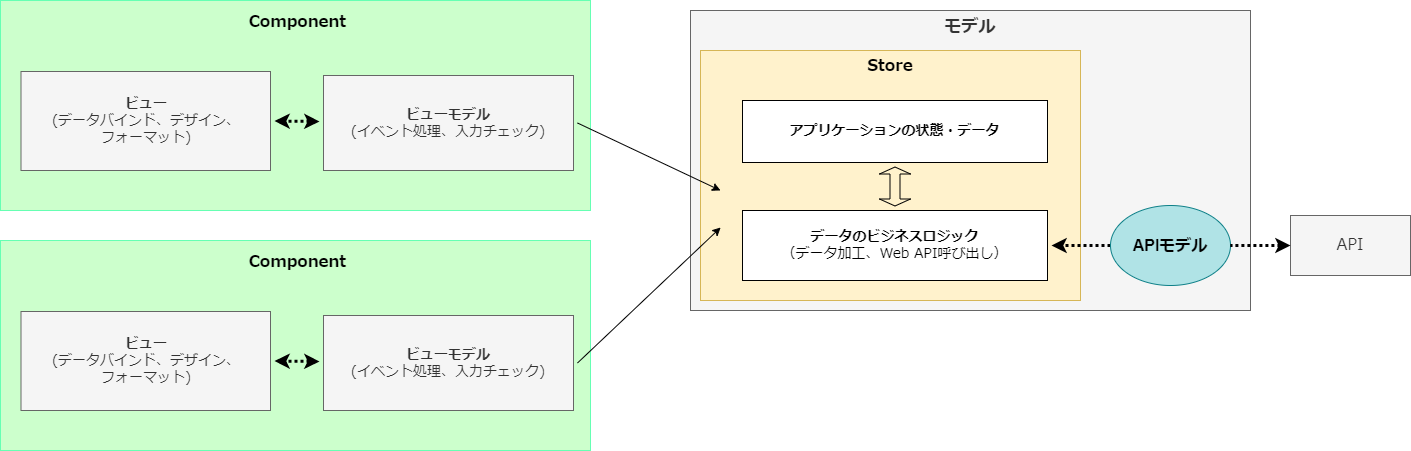
The draw.io diagram documents/contents/images/app-architecture/client-side-rendering/model-component-light.png in AlesInfiny/maris, before a commit. Source tidied: cells renumbered, new cells last; positions are measured from the earlier drawing's top-left corner, leaving out a move shared by most shapes.
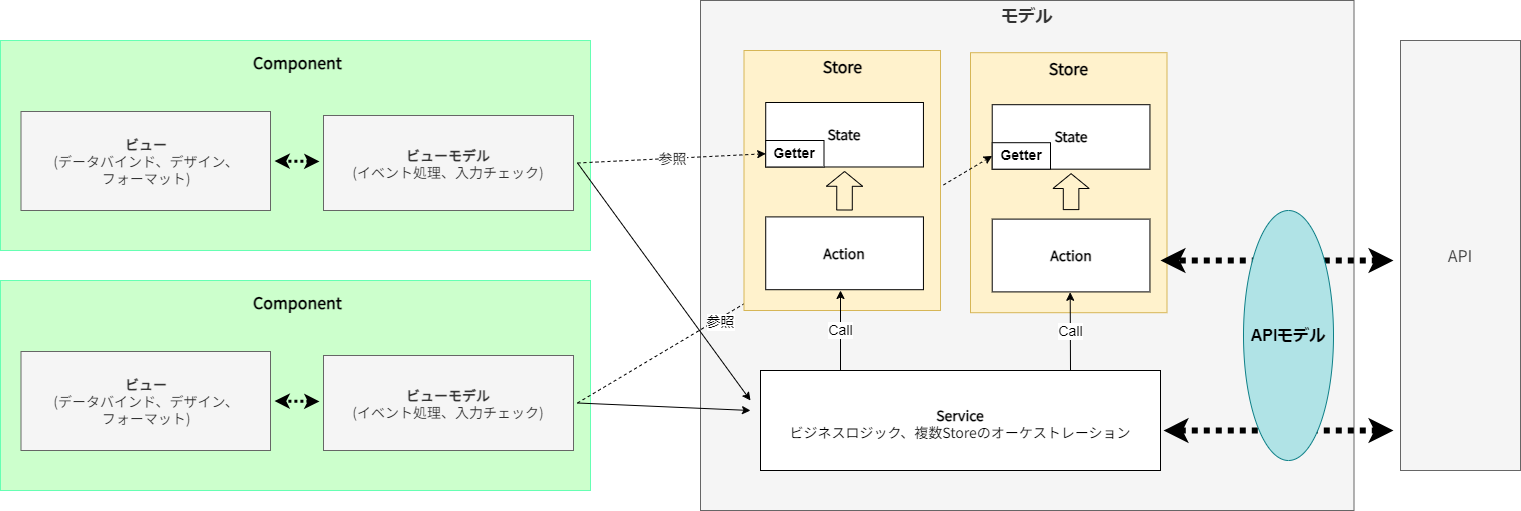
The same file after the commit.

Commit message:
線が隠れている部分を修正

What changed in the source:
```diff
@@ -2,64 +2,123 @@
   <root>
     <mxCell id="0" />
     <mxCell id="1" parent="0" />
+    <mxCell id="21" value="Component" style="rounded=0;whiteSpace=wrap;html=1;align=center;spacingLeft=5;fillColor=#CCFFCC;fontColor=#000000;strokeColor=#66FFB3;verticalAlign=top;fontSize=16;fontFamily=Noto Sans JP;fontSource=https%3A%2F%2Ffonts.googleapis.com%2Fcss%3Ffamily%3DNoto%2BSans%2BJP;fontStyle=1;spacingTop=6;" parent="1" vertex="1">
+      <mxGeometry x="-20" y="210" width="590" height="210" as="geometry" />
+    </mxCell>
     <mxCell id="2" value="モデル" style="rounded=0;whiteSpace=wrap;html=1;fillColor=#f5f5f5;fontColor=#333333;strokeColor=#666666;fontStyle=1;verticalAlign=top;fontSize=17;" parent="1" vertex="1">
-      <mxGeometry x="690" y="10" width="560" height="300" as="geometry" />
+      <mxGeometry x="680" y="-70" width="653.5" height="510" as="geometry" />
     </mxCell>
-    <mxCell id="3" value="&lt;b&gt;Store&lt;/b&gt;" style="rounded=0;whiteSpace=wrap;html=1;fontSize=16;verticalAlign=top;fillColor=#fff2cc;strokeColor=#d6b656;fontFamily=Noto Sans JP;fontSource=https%3A%2F%2Ffonts.googleapis.com%2Fcss%3Ffamily%3DNoto%2BSans%2BJP;" parent="1" vertex="1">
-      <mxGeometry x="700" y="50" width="380" height="250" as="geometry" />
-    </mxCell>
-    <mxCell id="4" style="endArrow=classic;html=1;fontSize=14;fontFamily=Noto Sans JP;fontSource=https%3A%2F%2Ffonts.googleapis.com%2Fcss%3Ffamily%3DNoto%2BSans%2BJP;exitX=0;exitY=0.5;exitDx=0;exitDy=0;startArrow=none;startFill=1;dashed=1;strokeWidth=3;dashPattern=1 1;" parent="1" edge="1" source="19" target="7">
-      <mxGeometry relative="1" as="geometry" />
-    </mxCell>
+    <mxCell id="22" value="Service&lt;br style=&quot;border-color: var(--border-color);&quot;&gt;&lt;span style=&quot;border-color: var(--border-color); font-weight: normal;&quot;&gt;ビジネスロジック、複数Storeのオーケストレーション&lt;/span&gt;&lt;span style=&quot;font-weight: normal&quot;&gt;&lt;br&gt;&lt;/span&gt;" style="rounded=0;whiteSpace=wrap;html=1;fontSize=14;fontFamily=Noto Sans JP;fontSource=https%3A%2F%2Ffonts.googleapis.com%2Fcss%3Ffamily%3DNoto%2BSans%2BJP;perimeterSpacing=9;fontStyle=1;align=center;verticalAlign=bottom;spacingBottom=27;" parent="1" vertex="1">
+      <mxGeometry x="740" y="300" width="400" height="100" as="geometry" />
+    </mxCell>
+    <mxCell id="23" value="Component" style="rounded=0;whiteSpace=wrap;html=1;align=center;spacingLeft=5;fillColor=#CCFFCC;fontColor=#000000;strokeColor=#66FFB3;verticalAlign=top;fontSize=16;fontFamily=Noto Sans JP;fontSource=https%3A%2F%2Ffonts.googleapis.com%2Fcss%3Ffamily%3DNoto%2BSans%2BJP;fontStyle=1;spacingTop=6;" parent="1" vertex="1">
+      <mxGeometry x="-20" y="-30" width="590" height="210" as="geometry" />
+    </mxCell>
+    <mxCell id="9" value="&lt;b&gt;ビュー&lt;/b&gt;&lt;br style=&quot;font-size: 14px&quot;&gt;(データバインド、デザイン、&lt;br&gt;フォーマット)" style="rounded=0;whiteSpace=wrap;html=1;fontSize=14;fontFamily=Noto Sans JP;fontSource=https%3A%2F%2Ffonts.googleapis.com%2Fcss%3Ffamily%3DNoto%2BSans%2BJP;perimeterSpacing=4;fillColor=#f5f5f5;strokeColor=#666666;fontColor=#333333;" parent="1" vertex="1">
+      <mxGeometry x="0.5" y="41" width="249.5" height="99" as="geometry" />
+    </mxCell>
+    <mxCell id="24" value="&lt;b&gt;ビューモデル&lt;/b&gt;&lt;br style=&quot;font-size: 14px&quot;&gt;(イベント処理、入力チェック)" style="rounded=0;whiteSpace=wrap;html=1;fontSize=14;fontFamily=Noto Sans JP;fontSource=https%3A%2F%2Ffonts.googleapis.com%2Fcss%3Ffamily%3DNoto%2BSans%2BJP;perimeterSpacing=4;fillColor=#f5f5f5;fontColor=#333333;strokeColor=#666666;" parent="1" vertex="1">
+      <mxGeometry x="303" y="45" width="250" height="95" as="geometry" />
+    </mxCell>
+    <mxCell id="25" style="group;" parent="1" vertex="1">
+      <mxGeometry x="950" y="-17.8" width="196.5" height="260" as="geometry" />
+    </mxCell>
+    <mxCell id="26" value="&lt;b&gt;Store&lt;/b&gt;" style="rounded=0;whiteSpace=wrap;html=1;fontSize=16;verticalAlign=top;fillColor=#fff2cc;strokeColor=#d6b656;fontFamily=Noto Sans JP;fontSource=https%3A%2F%2Ffonts.googleapis.com%2Fcss%3Ffamily%3DNoto%2BSans%2BJP;" parent="25" vertex="1">
+      <mxGeometry width="196.5" height="260" as="geometry" />
+    </mxCell>
+    <mxCell id="27" value="&lt;span&gt;State&lt;/span&gt;&lt;span&gt;&lt;br&gt;&lt;/span&gt;" style="rounded=0;whiteSpace=wrap;html=1;fontSize=14;fontFamily=Noto Sans JP;fontSource=https%3A%2F%2Ffonts.googleapis.com%2Fcss%3Ffamily%3DNoto%2BSans%2BJP;perimeterSpacing=4;fontStyle=1;align=center;" parent="25" vertex="1">
+      <mxGeometry x="21.7" y="52" width="157.7" height="64.5" as="geometry" />
+    </mxCell>
+    <mxCell id="28" value="Action" style="rounded=0;whiteSpace=wrap;html=1;fontSize=14;fontFamily=Noto Sans JP;fontSource=https%3A%2F%2Ffonts.googleapis.com%2Fcss%3Ffamily%3DNoto%2BSans%2BJP;perimeterSpacing=9;fontStyle=1;align=center;" parent="25" vertex="1">
+      <mxGeometry x="21.7" y="166.4" width="157.7" height="72.8" as="geometry" />
+    </mxCell>
+    <mxCell id="29" value="&lt;span style=&quot;font-size: 14px;&quot;&gt;Getter&lt;/span&gt;" style="rounded=0;whiteSpace=wrap;html=1;fontStyle=1;fontSize=14;" parent="25" vertex="1">
+      <mxGeometry x="21.7" y="90" width="58.3" height="26.5" as="geometry" />
+    </mxCell>
+    <mxCell id="30" style="shape=flexArrow;endArrow=classic;startArrow=none;html=1;startSize=2;endSize=4.605555555555555;strokeWidth=1;startFill=0;width=15.555555555555555;endWidth=19.727891156462587;entryX=0.5;entryY=1;entryDx=0;entryDy=0;exitX=0.5;exitY=0;exitDx=0;exitDy=0;" parent="25" edge="1" source="28" target="27">
+      <mxGeometry relative="1" as="geometry" />
+    </mxCell>
+    <mxCell id="31" style="endArrow=classic;html=1;fontSize=14;fontFamily=Noto Sans JP;fontSource=https%3A%2F%2Ffonts.googleapis.com%2Fcss%3Ffamily%3DNoto%2BSans%2BJP;exitX=1;exitY=0.5;exitDx=0;exitDy=0;entryX=0;entryY=0.5;entryDx=0;entryDy=0;dashed=1;" parent="1" edge="1" source="34" target="29">
+      <mxGeometry relative="1" as="geometry" />
+    </mxCell>
+    <mxCell id="32" value="参照" style="edgeLabel;html=1;align=center;verticalAlign=middle;fontSize=14;" parent="31" vertex="1">
+      <mxGeometry x="-0.31" y="1" relative="1" as="geometry">
+        <mxPoint x="1" y="4" as="offset" />
+      </mxGeometry>
+    </mxCell>
+    <mxCell id="33" style="endArrow=classic;html=1;fontSize=14;fontFamily=Noto Sans JP;fontSource=https%3A%2F%2Ffonts.googleapis.com%2Fcss%3Ffamily%3DNoto%2BSans%2BJP;startArrow=classic;startFill=1;dashed=1;strokeWidth=3;dashPattern=1 1;entryX=1;entryY=0.5;entryDx=0;entryDy=0;" parent="1" edge="1" source="24" target="9">
+      <mxGeometry relative="1" as="geometry" />
+    </mxCell>
+    <mxCell id="15" value="&lt;b&gt;ビュー&lt;/b&gt;&lt;br style=&quot;font-size: 14px&quot;&gt;(データバインド、デザイン、&lt;br style=&quot;font-size: 14px&quot;&gt;フォーマット)" style="rounded=0;whiteSpace=wrap;html=1;fontSize=14;fontFamily=Noto Sans JP;fontSource=https%3A%2F%2Ffonts.googleapis.com%2Fcss%3Ffamily%3DNoto%2BSans%2BJP;perimeterSpacing=4;fillColor=#f5f5f5;fontColor=#333333;strokeColor=#666666;" parent="1" vertex="1">
+      <mxGeometry x="0.5" y="281" width="249.5" height="99" as="geometry" />
+    </mxCell>
+    <mxCell id="34" value="&lt;b&gt;ビューモデル&lt;/b&gt;&lt;br style=&quot;font-size: 14px&quot;&gt;(イベント処理、入力チェック)" style="rounded=0;whiteSpace=wrap;html=1;fontSize=14;fontFamily=Noto Sans JP;fontSource=https%3A%2F%2Ffonts.googleapis.com%2Fcss%3Ffamily%3DNoto%2BSans%2BJP;perimeterSpacing=4;fillColor=#f5f5f5;fontColor=#333333;strokeColor=#666666;" parent="1" vertex="1">
+      <mxGeometry x="303" y="285" width="250" height="95" as="geometry" />
+    </mxCell>
+    <mxCell id="35" style="endArrow=classic;html=1;fontSize=14;fontFamily=Noto Sans JP;fontSource=https%3A%2F%2Ffonts.googleapis.com%2Fcss%3Ffamily%3DNoto%2BSans%2BJP;startArrow=classic;startFill=1;dashed=1;strokeWidth=3;dashPattern=1 1;entryX=1;entryY=0.5;entryDx=0;entryDy=0;" parent="1" edge="1" source="34" target="15">
+      <mxGeometry relative="1" as="geometry" />
+    </mxCell>
+    <mxCell id="36" style="endArrow=classic;html=1;fontSize=14;fontFamily=Noto Sans JP;fontSource=https%3A%2F%2Ffonts.googleapis.com%2Fcss%3Ffamily%3DNoto%2BSans%2BJP;exitX=1;exitY=0.5;exitDx=0;exitDy=0;" parent="1" edge="1" source="34">
+      <mxGeometry relative="1" as="geometry">
+        <mxPoint x="730" y="340" as="targetPoint" />
+      </mxGeometry>
+    </mxCell>
+    <mxCell id="37" value="Call" style="endArrow=classic;html=1;fontSize=14;entryX=0.495;entryY=0.905;entryDx=0;entryDy=0;entryPerimeter=0;" parent="1" edge="1" target="28">
+      <mxGeometry relative="1" as="geometry">
+        <mxPoint x="1050" y="300" as="sourcePoint" />
+      </mxGeometry>
+    </mxCell>
+    <mxCell id="38" style="endArrow=classic;html=1;fontSize=14;fontFamily=Noto Sans JP;fontSource=https%3A%2F%2Ffonts.googleapis.com%2Fcss%3Ffamily%3DNoto%2BSans%2BJP;startArrow=classic;startFill=1;dashed=1;strokeWidth=6;dashPattern=1 1;" parent="1" edge="1">
+      <mxGeometry relative="1" as="geometry">
+        <mxPoint x="1373" y="190" as="sourcePoint" />
+        <mxPoint x="1140" y="190" as="targetPoint" />
+      </mxGeometry>
+    </mxCell>
+    <mxCell id="39" style="endArrow=classic;html=1;fontSize=14;fontFamily=Noto Sans JP;fontSource=https%3A%2F%2Ffonts.googleapis.com%2Fcss%3Ffamily%3DNoto%2BSans%2BJP;startArrow=classic;startFill=1;dashed=1;strokeWidth=6;dashPattern=1 1;" parent="1" edge="1">
+      <mxGeometry relative="1" as="geometry">
+        <mxPoint x="1373" y="360" as="sourcePoint" />
+        <mxPoint x="1143" y="360.1" as="targetPoint" />
+      </mxGeometry>
+    </mxCell>
+    <mxCell id="19" value="APIモデル" style="ellipse;whiteSpace=wrap;html=1;rounded=1;fontSize=16;fontStyle=1;fillColor=#b0e3e6;strokeColor=#0e8088;" parent="1" vertex="1">
+      <mxGeometry x="1223" y="140" width="90" height="250" as="geometry" />
+    </mxCell>
+    <mxCell id="40" style="group;" parent="1" vertex="1">
+      <mxGeometry x="723.5" y="-20" width="196.5" height="260" as="geometry" />
+    </mxCell>
+    <mxCell id="41" value="&lt;b&gt;Store&lt;/b&gt;" style="rounded=0;whiteSpace=wrap;html=1;fontSize=16;verticalAlign=top;fillColor=#fff2cc;strokeColor=#d6b656;fontFamily=Noto Sans JP;fontSource=https%3A%2F%2Ffonts.googleapis.com%2Fcss%3Ffamily%3DNoto%2BSans%2BJP;" parent="40" vertex="1">
+      <mxGeometry width="196.5" height="260" as="geometry" />
+    </mxCell>
+    <mxCell id="42" value="&lt;span&gt;State&lt;/span&gt;&lt;span&gt;&lt;br&gt;&lt;/span&gt;" style="rounded=0;whiteSpace=wrap;html=1;fontSize=14;fontFamily=Noto Sans JP;fontSource=https%3A%2F%2Ffonts.googleapis.com%2Fcss%3Ffamily%3DNoto%2BSans%2BJP;perimeterSpacing=4;fontStyle=1;align=center;" parent="40" vertex="1">
+      <mxGeometry x="21.7" y="52" width="157.7" height="64.5" as="geometry" />
+    </mxCell>
+    <mxCell id="43" value="Action" style="rounded=0;whiteSpace=wrap;html=1;fontSize=14;fontFamily=Noto Sans JP;fontSource=https%3A%2F%2Ffonts.googleapis.com%2Fcss%3Ffamily%3DNoto%2BSans%2BJP;perimeterSpacing=9;fontStyle=1;align=center;" parent="40" vertex="1">
+      <mxGeometry x="21.7" y="166.4" width="157.7" height="72.8" as="geometry" />
+    </mxCell>
+    <mxCell id="44" style="shape=flexArrow;endArrow=classic;startArrow=none;html=1;startSize=2;endSize=4.605555555555555;strokeWidth=1;entryX=0.5;entryY=1;entryDx=0;entryDy=0;startFill=0;width=15.555555555555555;endWidth=19.727891156462587;" parent="40" edge="1" target="42">
+      <mxGeometry relative="1" as="geometry">
+        <mxPoint x="100.5" y="160" as="sourcePoint" />
+      </mxGeometry>
+    </mxCell>
+    <mxCell id="45" value="&lt;span style=&quot;font-size: 14px;&quot;&gt;Getter&lt;/span&gt;" style="rounded=0;whiteSpace=wrap;html=1;fontStyle=1;fontSize=14;" parent="40" vertex="1">
+      <mxGeometry x="21.7" y="90" width="58.3" height="26.5" as="geometry" />
+    </mxCell>
+    <mxCell id="46" style="endArrow=classic;html=1;fontSize=14;fontFamily=Noto Sans JP;fontSource=https%3A%2F%2Ffonts.googleapis.com%2Fcss%3Ffamily%3DNoto%2BSans%2BJP;exitX=1;exitY=0.5;exitDx=0;exitDy=0;" parent="1" edge="1" source="24">
+      <mxGeometry relative="1" as="geometry">
+        <mxPoint x="730" y="330" as="targetPoint" />
+      </mxGeometry>
+    </mxCell>
+    <mxCell id="47" value="参照" style="endArrow=classic;html=1;fontSize=14;fontFamily=Noto Sans JP;fontSource=https%3A%2F%2Ffonts.googleapis.com%2Fcss%3Ffamily%3DNoto%2BSans%2BJP;exitX=1;exitY=0.5;exitDx=0;exitDy=0;entryX=0;entryY=0.5;entryDx=0;entryDy=0;dashed=1;" parent="1" edge="1" source="24" target="45">
+      <mxGeometry relative="1" as="geometry" />
+    </mxCell>
+    <mxCell id="48" value="Call" style="endArrow=classic;html=1;fontSize=14;" parent="1" edge="1">
+      <mxGeometry relative="1" as="geometry">
+        <mxPoint x="820" y="300" as="sourcePoint" />
+        <mxPoint x="820" y="220" as="targetPoint" />
+      </mxGeometry>
+    </mxCell>
     <mxCell id="5" value="API" style="rounded=0;whiteSpace=wrap;html=1;fontSize=16;fillColor=#f5f5f5;strokeColor=#666666;fontFamily=Noto Sans JP;fontSource=https%3A%2F%2Ffonts.googleapis.com%2Fcss%3Ffamily%3DNoto%2BSans%2BJP;fontColor=#333333;" parent="1" vertex="1">
-      <mxGeometry x="1290" y="215" width="120" height="60" as="geometry" />
+      <mxGeometry x="1380" y="-30" width="120" height="430" as="geometry" />
     </mxCell>
-    <mxCell id="6" value="&lt;span&gt;アプリケーションの状態・データ&lt;/span&gt;&lt;span&gt;&lt;br&gt;&lt;/span&gt;" style="rounded=0;whiteSpace=wrap;html=1;fontSize=14;fontFamily=Noto Sans JP;fontSource=https%3A%2F%2Ffonts.googleapis.com%2Fcss%3Ffamily%3DNoto%2BSans%2BJP;perimeterSpacing=4;fontStyle=1;align=center;" parent="1" vertex="1">
-      <mxGeometry x="742" y="100" width="305" height="62" as="geometry" />
-    </mxCell>
-    <mxCell id="7" value="&lt;span&gt;データのビジネスロジック&lt;/span&gt;&lt;br&gt;&lt;span style=&quot;font-weight: normal&quot;&gt;&lt;div&gt;&lt;span&gt;（データ加工、Web API呼び出し）&lt;/span&gt;&lt;/div&gt;&lt;/span&gt;" style="rounded=0;whiteSpace=wrap;html=1;fontSize=14;fontFamily=Noto Sans JP;fontSource=https%3A%2F%2Ffonts.googleapis.com%2Fcss%3Ffamily%3DNoto%2BSans%2BJP;perimeterSpacing=4;fontStyle=1;align=center;" parent="1" vertex="1">
-      <mxGeometry x="742" y="210" width="305" height="70" as="geometry" />
-    </mxCell>
-    <mxCell id="8" value="Component" style="rounded=0;whiteSpace=wrap;html=1;align=center;spacingLeft=5;fillColor=#CCFFCC;fontColor=#000000;strokeColor=#66FFB3;verticalAlign=top;fontSize=16;fontFamily=Noto Sans JP;fontSource=https%3A%2F%2Ffonts.googleapis.com%2Fcss%3Ffamily%3DNoto%2BSans%2BJP;fontStyle=1;spacingTop=6;" parent="1" vertex="1">
-      <mxGeometry width="590" height="210" as="geometry" />
-    </mxCell>
-    <mxCell id="9" value="&lt;b&gt;ビュー&lt;/b&gt;&lt;br style=&quot;font-size: 14px&quot;&gt;(データバインド、デザイン、&lt;br&gt;フォーマット)" style="rounded=0;whiteSpace=wrap;html=1;fontSize=14;fontFamily=Noto Sans JP;fontSource=https%3A%2F%2Ffonts.googleapis.com%2Fcss%3Ffamily%3DNoto%2BSans%2BJP;perimeterSpacing=4;fillColor=#f5f5f5;strokeColor=#666666;fontColor=#333333;" parent="1" vertex="1">
-      <mxGeometry x="20.5" y="71" width="249.5" height="99" as="geometry" />
-    </mxCell>
-    <mxCell id="10" value="&lt;b&gt;ビューモデル&lt;/b&gt;&lt;br style=&quot;font-size: 14px&quot;&gt;(イベント処理、入力チェック)" style="rounded=0;whiteSpace=wrap;html=1;fontSize=14;fontFamily=Noto Sans JP;fontSource=https%3A%2F%2Ffonts.googleapis.com%2Fcss%3Ffamily%3DNoto%2BSans%2BJP;perimeterSpacing=4;fillColor=#f5f5f5;fontColor=#333333;strokeColor=#666666;" parent="1" vertex="1">
-      <mxGeometry x="323" y="75" width="250" height="95" as="geometry" />
-    </mxCell>
-    <mxCell id="11" style="endArrow=classic;html=1;fontSize=14;fontFamily=Noto Sans JP;fontSource=https%3A%2F%2Ffonts.googleapis.com%2Fcss%3Ffamily%3DNoto%2BSans%2BJP;exitX=1;exitY=0.5;exitDx=0;exitDy=0;" parent="1" edge="1" source="10">
-      <mxGeometry relative="1" as="geometry">
-        <mxPoint x="720" y="190" as="targetPoint" />
-      </mxGeometry>
-    </mxCell>
-    <mxCell id="12" style="shape=flexArrow;endArrow=classic;startArrow=classic;html=1;startSize=2;endSize=2;strokeWidth=1;exitX=0.5;exitY=0;exitDx=0;exitDy=0;entryX=0.5;entryY=1;entryDx=0;entryDy=0;" parent="1" edge="1" source="7" target="6">
-      <mxGeometry relative="1" as="geometry" />
-    </mxCell>
-    <mxCell id="13" style="endArrow=classic;html=1;fontSize=14;fontFamily=Noto Sans JP;fontSource=https%3A%2F%2Ffonts.googleapis.com%2Fcss%3Ffamily%3DNoto%2BSans%2BJP;startArrow=classic;startFill=1;dashed=1;strokeWidth=3;dashPattern=1 1;entryX=1;entryY=0.5;entryDx=0;entryDy=0;" parent="1" edge="1" source="10" target="9">
-      <mxGeometry relative="1" as="geometry" />
-    </mxCell>
-    <mxCell id="14" value="Component" style="rounded=0;whiteSpace=wrap;html=1;align=center;spacingLeft=5;fillColor=#CCFFCC;fontColor=#000000;strokeColor=#66FFB3;verticalAlign=top;fontSize=16;fontFamily=Noto Sans JP;fontSource=https%3A%2F%2Ffonts.googleapis.com%2Fcss%3Ffamily%3DNoto%2BSans%2BJP;fontStyle=1;spacingTop=6;" parent="1" vertex="1">
-      <mxGeometry y="240" width="590" height="210" as="geometry" />
-    </mxCell>
-    <mxCell id="15" value="&lt;b&gt;ビュー&lt;/b&gt;&lt;br style=&quot;font-size: 14px&quot;&gt;(データバインド、デザイン、&lt;br style=&quot;font-size: 14px&quot;&gt;フォーマット)" style="rounded=0;whiteSpace=wrap;html=1;fontSize=14;fontFamily=Noto Sans JP;fontSource=https%3A%2F%2Ffonts.googleapis.com%2Fcss%3Ffamily%3DNoto%2BSans%2BJP;perimeterSpacing=4;fillColor=#f5f5f5;fontColor=#333333;strokeColor=#666666;" parent="1" vertex="1">
-      <mxGeometry x="20.5" y="311" width="249.5" height="99" as="geometry" />
-    </mxCell>
-    <mxCell id="16" value="&lt;b&gt;ビューモデル&lt;/b&gt;&lt;br style=&quot;font-size: 14px&quot;&gt;(イベント処理、入力チェック)" style="rounded=0;whiteSpace=wrap;html=1;fontSize=14;fontFamily=Noto Sans JP;fontSource=https%3A%2F%2Ffonts.googleapis.com%2Fcss%3Ffamily%3DNoto%2BSans%2BJP;perimeterSpacing=4;fillColor=#f5f5f5;fontColor=#333333;strokeColor=#666666;" parent="1" vertex="1">
-      <mxGeometry x="323" y="315" width="250" height="95" as="geometry" />
-    </mxCell>
-    <mxCell id="17" style="endArrow=classic;html=1;fontSize=14;fontFamily=Noto Sans JP;fontSource=https%3A%2F%2Ffonts.googleapis.com%2Fcss%3Ffamily%3DNoto%2BSans%2BJP;startArrow=classic;startFill=1;dashed=1;strokeWidth=3;dashPattern=1 1;entryX=1;entryY=0.5;entryDx=0;entryDy=0;" parent="1" edge="1" source="16" target="15">
-      <mxGeometry relative="1" as="geometry" />
-    </mxCell>
-    <mxCell id="18" style="endArrow=classic;html=1;fontSize=14;fontFamily=Noto Sans JP;fontSource=https%3A%2F%2Ffonts.googleapis.com%2Fcss%3Ffamily%3DNoto%2BSans%2BJP;entryX=0.053;entryY=0.708;entryDx=0;entryDy=0;exitX=1;exitY=0.5;exitDx=0;exitDy=0;entryPerimeter=0;" parent="1" edge="1" source="16" target="3">
-      <mxGeometry relative="1" as="geometry" />
-    </mxCell>
-    <mxCell id="19" value="APIモデル" style="ellipse;whiteSpace=wrap;html=1;rounded=1;fontSize=16;fontStyle=1;fillColor=#b0e3e6;strokeColor=#0e8088;" parent="1" vertex="1">
-      <mxGeometry x="1110" y="205" width="120" height="80" as="geometry" />
-    </mxCell>
-    <mxCell id="20" style="endArrow=none;html=1;fontSize=14;fontFamily=Noto Sans JP;fontSource=https%3A%2F%2Ffonts.googleapis.com%2Fcss%3Ffamily%3DNoto%2BSans%2BJP;exitX=0;exitY=0.5;exitDx=0;exitDy=0;startArrow=classic;startFill=1;dashed=1;strokeWidth=3;dashPattern=1 1;" parent="1" edge="1" source="5" target="19">
-      <mxGeometry relative="1" as="geometry" />
-    </mxCell>
   </root>
 </mxGraphModel>
```
